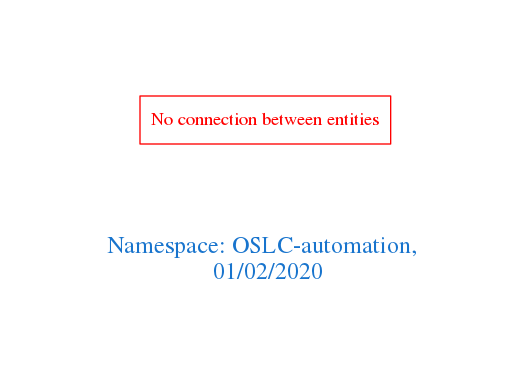
The Graphviz diagram downloads/OSLC-automation.png in arago/OGIT, before a commit. Its source is kept beside it as downloads/OSLC-automation.dot.
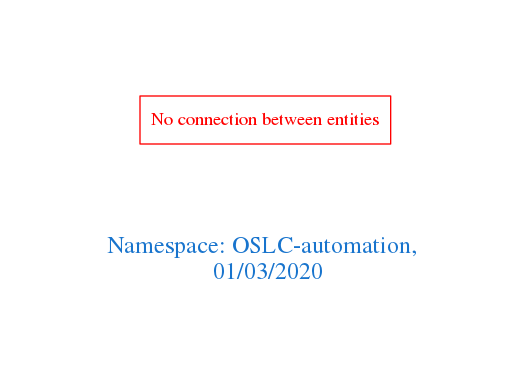
Later version of the same file.

The edit, as a diff of the source:
```diff
@@ -1,7 +1,7 @@
 digraph OGIT_ontology {
  graph [ rankdir= LR,pad=1
 fontsize = 18,
-fontcolor= dodgerblue3,label = "\n\n\nNamespace: OSLC-automation, \n 01/02/2020"];
+fontcolor= dodgerblue3,label = "\n\n\nNamespace: OSLC-automation, \n 01/03/2020"];
 node[shape=polygon];
 edge [  color="gray81"];
 
```
